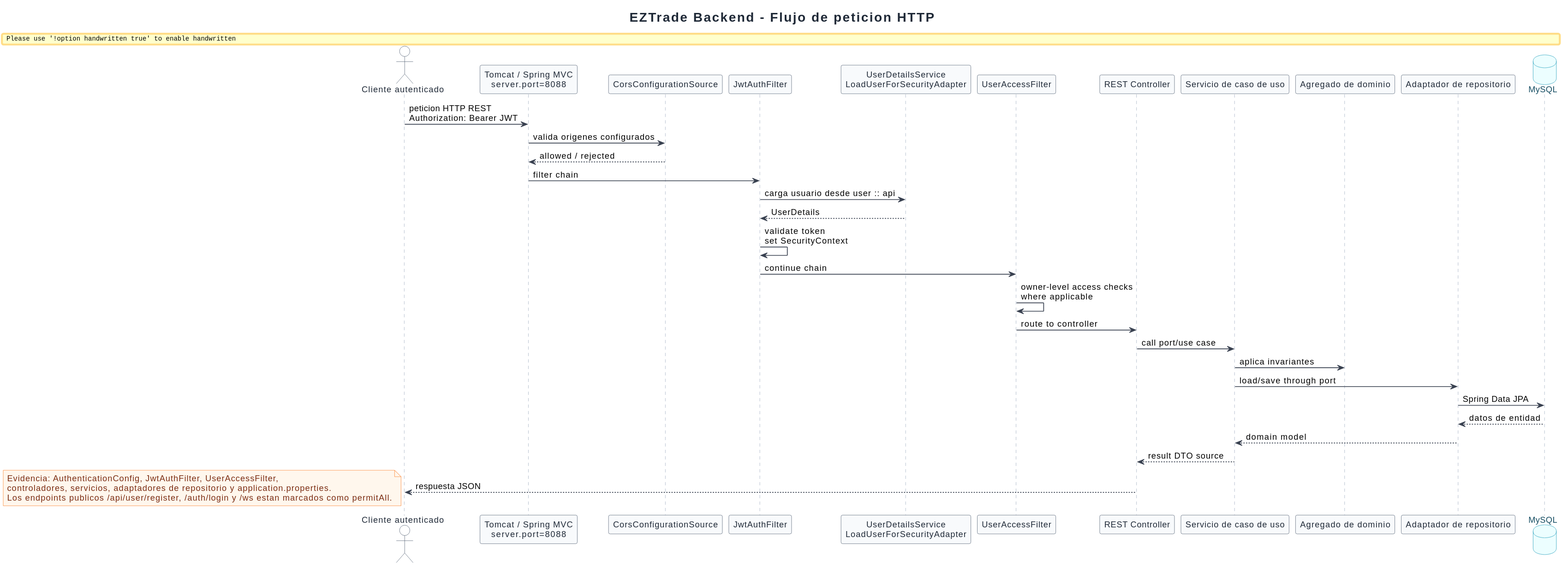
Before: EZTrade/docs/engineering-diagrams/02-backend/rendered/backend-request-flow.svg, a diagram exported from PlantUML (SergioGarciaRuiz557/EZTrade).
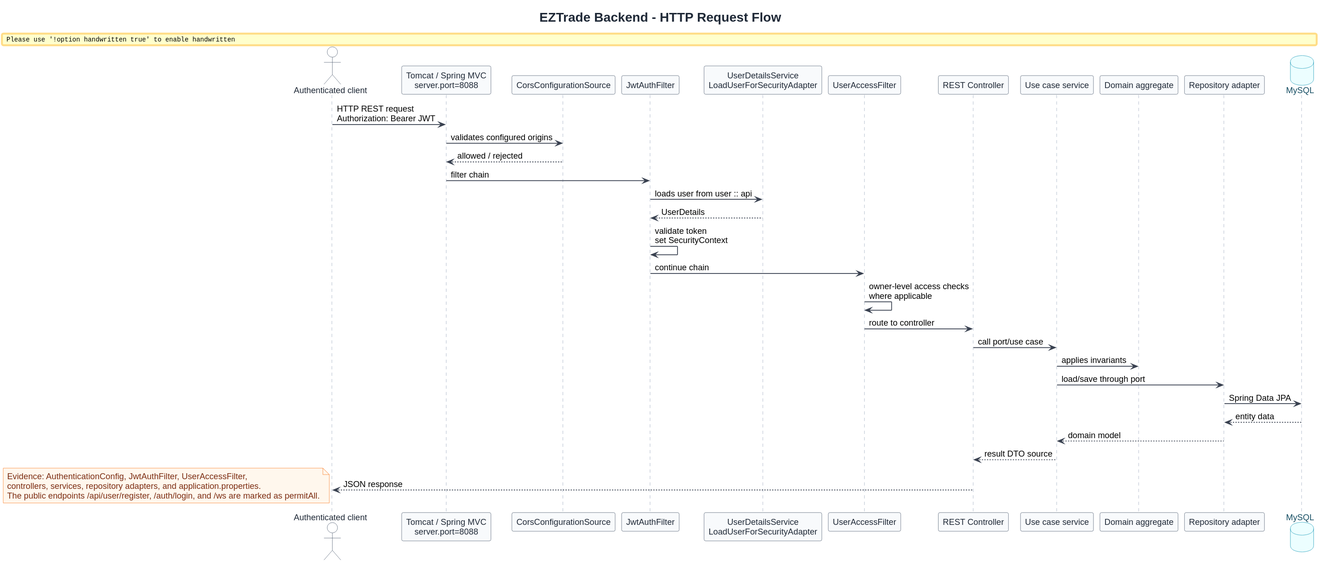
Above is the later version.

Change to the diagram source:
```diff
@@ -1,42 +1,42 @@
 @startuml
 !include ../../common/eztrade-style.puml
 
-title EZTrade Backend - Flujo de peticion HTTP
+title EZTrade Backend - HTTP Request Flow
 
-actor "Cliente autenticado" as Client
+actor "Authenticated client" as Client
 participant "Tomcat / Spring MVC\nserver.port=8088" as Tomcat
 participant "CorsConfigurationSource" as Cors
 participant "JwtAuthFilter" as JwtFilter
 participant "UserDetailsService\nLoadUserForSecurityAdapter" as UserDetails
 participant "UserAccessFilter" as AccessFilter
 participant "REST Controller" as Controller
-participant "Servicio de caso de uso" as Service
-participant "Agregado de dominio" as Domain
-participant "Adaptador de repositorio" as Repo
+participant "Use case service" as Service
+participant "Domain aggregate" as Domain
+participant "Repository adapter" as Repo
 database "MySQL" as Db
 
-Client -> Tomcat : peticion HTTP REST\nAuthorization: Bearer JWT
-Tomcat -> Cors : valida origenes configurados
+Client -> Tomcat : HTTP REST request\nAuthorization: Bearer JWT
+Tomcat -> Cors : validates configured origins
 Cors --> Tomcat : allowed / rejected
 Tomcat -> JwtFilter : filter chain
-JwtFilter -> UserDetails : carga usuario desde user :: api
+JwtFilter -> UserDetails : loads user from user :: api
 UserDetails --> JwtFilter : UserDetails
 JwtFilter -> JwtFilter : validate token\nset SecurityContext
 JwtFilter -> AccessFilter : continue chain
 AccessFilter -> AccessFilter : owner-level access checks\nwhere applicable
 AccessFilter -> Controller : route to controller
 Controller -> Service : call port/use case
-Service -> Domain : aplica invariantes
+Service -> Domain : applies invariants
 Service -> Repo : load/save through port
 Repo -> Db : Spring Data JPA
-Db --> Repo : datos de entidad
+Db --> Repo : entity data
 Repo --> Service : domain model
 Service --> Controller : result DTO source
-Controller --> Client : respuesta JSON
+Controller --> Client : JSON response
 
 note bottom
-Evidencia: AuthenticationConfig, JwtAuthFilter, UserAccessFilter,
-controladores, servicios, adaptadores de repositorio y application.properties.
-Los endpoints publicos /api/user/register, /auth/login y /ws estan marcados como permitAll.
+Evidence: AuthenticationConfig, JwtAuthFilter, UserAccessFilter,
+controllers, services, repository adapters, and application.properties.
+The public endpoints /api/user/register, /auth/login, and /ws are marked as permitAll.
 end note
 @enduml
```
